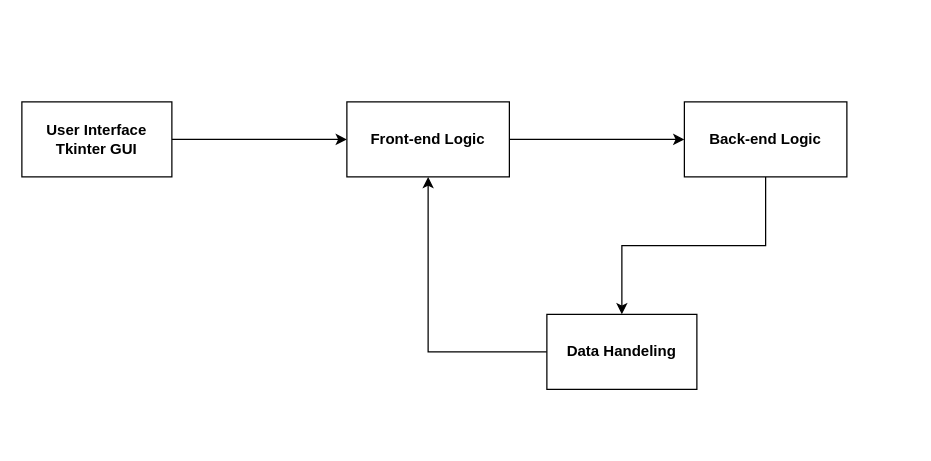
hristinanikpi/tower_of_hanoi keeps this draw.io diagram as Untitled Diagram.drawio. Above is the earlier version. Source tidied: cells renumbered, new cells numbered last; positions are measured from the earlier drawing's top-left corner, leaving out a move shared by most shapes. Both pictures are drawn from the tidied source at 125%, with x=0, y=0 at pixel (21, 101).
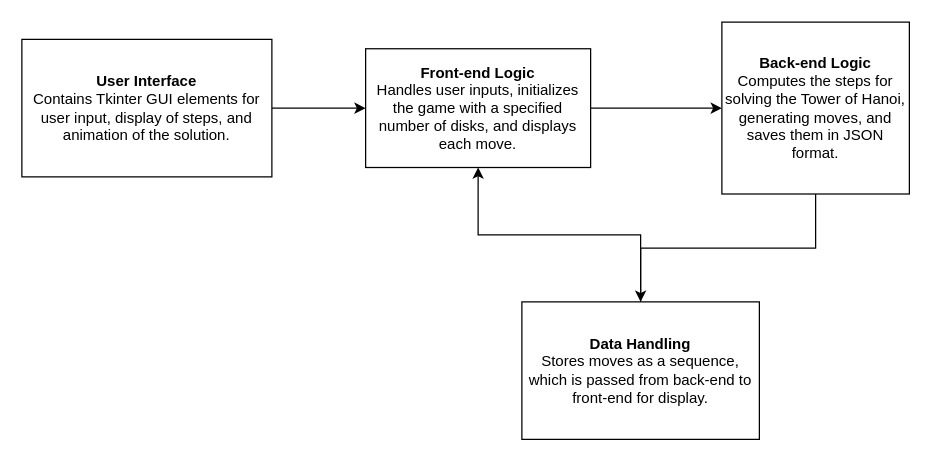
After the change.

Diff of the diagram source:
```diff
@@
 <mxGraphModel>
   <root>
     <mxCell id="0" />
     <mxCell id="1" parent="0" />
     <mxCell id="2" style="edgeStyle=orthogonalEdgeStyle;rounded=0;jettySize=auto;html=1;" parent="1" edge="1" source="3" target="5">
       <mxGeometry relative="1" as="geometry" />
     </mxCell>
-    <mxCell id="3" value="&lt;div&gt;&lt;b&gt;User Interface &lt;br&gt;&lt;/b&gt;&lt;/div&gt;&lt;div&gt;&lt;b&gt;Tkinter GUI&lt;br&gt;&lt;/b&gt;&lt;/div&gt;" style="rounded=0;whiteSpace=wrap;html=1;" parent="1" vertex="1">
-      <mxGeometry width="120" height="60" as="geometry" />
+    <mxCell id="3" value="&lt;div&gt;&lt;b&gt;User Interface &lt;br&gt;&lt;/b&gt;&lt;/div&gt;&lt;div&gt;Contains Tkinter GUI elements for user input, display of steps, and animation of the solution.&lt;/div&gt;" style="rounded=0;whiteSpace=wrap;html=1;" parent="1" vertex="1">
+      <mxGeometry y="-50" width="200" height="110" as="geometry" />
     </mxCell>
     <mxCell id="4" style="edgeStyle=orthogonalEdgeStyle;rounded=0;jettySize=auto;html=1;" parent="1" edge="1" source="5" target="7">
       <mxGeometry relative="1" as="geometry" />
     </mxCell>
-    <mxCell id="5" value="&lt;b&gt;Front-end Logic&lt;/b&gt;" style="whiteSpace=wrap;html=1;rounded=0;" parent="1" vertex="1">
-      <mxGeometry x="260" width="130" height="60" as="geometry" />
+    <mxCell id="5" value="&lt;div&gt;&lt;b&gt;Front-end Logic&lt;/b&gt;&lt;/div&gt;&lt;div&gt;Handles user inputs, initializes the game with a specified number of disks, and displays each move.&lt;/div&gt;" style="whiteSpace=wrap;html=1;rounded=0;" parent="1" vertex="1">
+      <mxGeometry x="275" y="-42.5" width="180" height="95" as="geometry" />
     </mxCell>
     <mxCell id="6" style="edgeStyle=orthogonalEdgeStyle;rounded=0;jettySize=auto;html=1;" parent="1" edge="1" source="7" target="9">
       <mxGeometry relative="1" as="geometry" />
     </mxCell>
-    <mxCell id="7" value="&lt;b&gt;Back-end Logic&lt;/b&gt;" style="whiteSpace=wrap;html=1;rounded=0;" parent="1" vertex="1">
-      <mxGeometry x="530" width="130" height="60" as="geometry" />
+    <mxCell id="7" value="&lt;div&gt;&lt;b&gt;Back-end Logic&lt;/b&gt;&lt;/div&gt;&lt;div&gt;Computes the steps for solving the Tower of Hanoi, generating moves, and saves them in JSON format.&lt;/div&gt;" style="whiteSpace=wrap;html=1;rounded=0;" parent="1" vertex="1">
+      <mxGeometry x="560" y="-63.8" width="150" height="137.5" as="geometry" />
     </mxCell>
     <mxCell id="8" style="edgeStyle=orthogonalEdgeStyle;rounded=0;jettySize=auto;html=1;entryX=0.5;entryY=1;entryDx=0;entryDy=0;" parent="1" edge="1" source="9" target="5">
       <mxGeometry relative="1" as="geometry" />
     </mxCell>
-    <mxCell id="9" value="&lt;b&gt;Data Handeling&lt;/b&gt;" style="whiteSpace=wrap;html=1;rounded=0;" parent="1" vertex="1">
-      <mxGeometry x="420" y="170" width="120" height="60" as="geometry" />
+    <mxCell id="9" value="&lt;div&gt;&lt;b&gt;Data Handling&lt;/b&gt;&lt;/div&gt;&lt;div&gt;Stores moves as a sequence, which is passed from back-end to front-end for display.&lt;/div&gt;" style="whiteSpace=wrap;html=1;rounded=0;" parent="1" vertex="1">
+      <mxGeometry x="400" y="160" width="190" height="110" as="geometry" />
     </mxCell>
   </root>
 </mxGraphModel>
```
